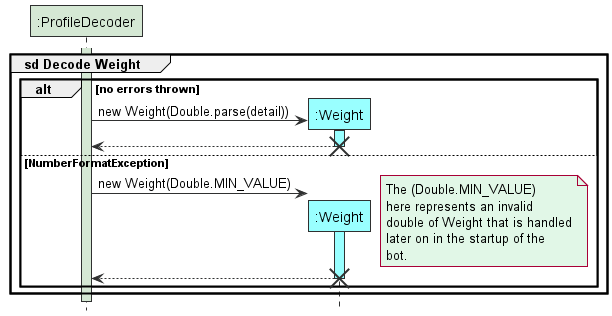
Earlier version of the PlantUML export docs/images/DecodeWeight.png (tryyang2001/tp).
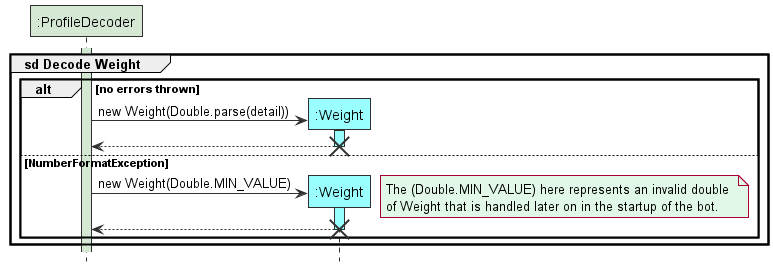
The same diagram one commit later.

Diff of the diagram source:
```diff
@@ -16,8 +16,10 @@
 destroy Weight
 else NumberFormatException
 ProfileDecoder -> Weight ** DATA_COLOUR: new Weight(Double.MIN_VALUE)
-note right STORAGE_FADED_COLOUR: The (Double.MIN_VALUE) \nhere represents an invalid\ndouble of Weight that is handled\nlater on in the startup of the \nbot.
-
+note right STORAGE_FADED_COLOUR
+The (Double.MIN_VALUE) here represents an invalid double
+of Weight that is handled later on in the startup of the bot.
+end note
 activate Weight DATA_COLOUR
     Weight --> ProfileDecoder
 deactivate
```
